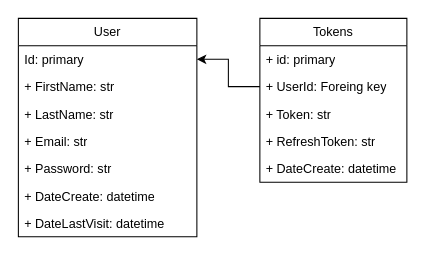
Above: docs/Диаграмма без названия.drawio in maestro089/AuthService (draw.io), before the change. Source tidied: cells renumbered, new cells numbered last; positions are measured from the earlier drawing's top-left corner, leaving out a move shared by most shapes. Both pictures are drawn from the tidied source at 105%, with x=0, y=0 at pixel (18, 18).
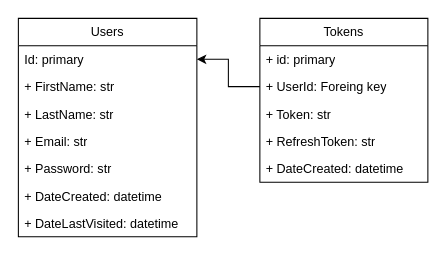
Above is the later version.

What changed in the source:
```diff
@@
 <mxGraphModel>
   <root>
     <mxCell id="0" />
     <mxCell id="1" parent="0" />
-    <mxCell id="2" value="User" style="swimlane;fontStyle=0;horizontal=1;startSize=26;fillColor=none;whiteSpace=wrap;html=1;" parent="1" vertex="1">
+    <mxCell id="2" value="Users" style="swimlane;fontStyle=0;horizontal=1;startSize=26;fillColor=none;whiteSpace=wrap;html=1;" parent="1" vertex="1">
       <mxGeometry width="170" height="208" as="geometry" />
     </mxCell>
     <mxCell id="3" value="Id: primary" style="text;strokeColor=none;fillColor=none;align=left;verticalAlign=top;spacingLeft=4;spacingRight=4;overflow=hidden;points=[[0,0.5],[1,0.5]];portConstraint=eastwest;whiteSpace=wrap;html=1;" parent="2" vertex="1">
       <mxGeometry y="26" width="170" height="26" as="geometry" />
     </mxCell>
     <mxCell id="4" value="+ FirstName: str" style="text;strokeColor=none;fillColor=none;align=left;verticalAlign=top;spacingLeft=4;spacingRight=4;overflow=hidden;whiteSpace=wrap;html=1;" parent="2" vertex="1">
       <mxGeometry y="52" width="170" height="26" as="geometry" />
     </mxCell>
     <mxCell id="5" value="+ LastName: str" style="text;strokeColor=none;fillColor=none;align=left;verticalAlign=top;spacingLeft=4;spacingRight=4;overflow=hidden;whiteSpace=wrap;html=1;" parent="2" vertex="1">
       <mxGeometry y="78" width="170" height="26" as="geometry" />
     </mxCell>
     <mxCell id="6" value="+ Email: str" style="text;strokeColor=none;fillColor=none;align=left;verticalAlign=top;spacingLeft=4;spacingRight=4;overflow=hidden;whiteSpace=wrap;html=1;" parent="2" vertex="1">
       <mxGeometry y="104" width="170" height="26" as="geometry" />
     </mxCell>
     <mxCell id="7" value="+ Password: str" style="text;strokeColor=none;fillColor=none;align=left;verticalAlign=top;spacingLeft=4;spacingRight=4;overflow=hidden;whiteSpace=wrap;html=1;" parent="2" vertex="1">
       <mxGeometry y="130" width="170" height="26" as="geometry" />
     </mxCell>
-    <mxCell id="8" value="+ DateCreate: datetime" style="text;strokeColor=none;fillColor=none;align=left;verticalAlign=top;spacingLeft=4;spacingRight=4;overflow=hidden;whiteSpace=wrap;html=1;" parent="2" vertex="1">
+    <mxCell id="8" value="+ DateCreated: datetime" style="text;strokeColor=none;fillColor=none;align=left;verticalAlign=top;spacingLeft=4;spacingRight=4;overflow=hidden;whiteSpace=wrap;html=1;" parent="2" vertex="1">
       <mxGeometry y="156" width="170" height="26" as="geometry" />
     </mxCell>
-    <mxCell id="9" value="+ DateLastVisit: datetime" style="text;strokeColor=none;fillColor=none;align=left;verticalAlign=top;spacingLeft=4;spacingRight=4;overflow=hidden;whiteSpace=wrap;html=1;" parent="2" vertex="1">
+    <mxCell id="9" value="+ DateLastVisited: datetime" style="text;strokeColor=none;fillColor=none;align=left;verticalAlign=top;spacingLeft=4;spacingRight=4;overflow=hidden;whiteSpace=wrap;html=1;" parent="2" vertex="1">
       <mxGeometry y="182" width="170" height="26" as="geometry" />
     </mxCell>
     <mxCell id="10" value="Tokens" style="swimlane;fontStyle=0;horizontal=1;startSize=26;fillColor=none;whiteSpace=wrap;html=1;" parent="1" vertex="1">
-      <mxGeometry x="230" width="140" height="156" as="geometry" />
+      <mxGeometry x="230" width="160" height="156" as="geometry" />
     </mxCell>
     <mxCell id="11" value="+ id: primary" style="text;strokeColor=none;fillColor=none;align=left;verticalAlign=top;spacingLeft=4;spacingRight=4;overflow=hidden;whiteSpace=wrap;html=1;" parent="10" vertex="1">
-      <mxGeometry y="26" width="140" height="26" as="geometry" />
+      <mxGeometry y="26" width="160" height="26" as="geometry" />
     </mxCell>
     <mxCell id="12" value="+ UserId: Foreing key" style="text;strokeColor=none;fillColor=none;align=left;verticalAlign=top;spacingLeft=4;spacingRight=4;overflow=hidden;points=[[0,0.5],[1,0.5]];portConstraint=eastwest;whiteSpace=wrap;html=1;" parent="10" vertex="1">
-      <mxGeometry y="52" width="140" height="26" as="geometry" />
+      <mxGeometry y="52" width="160" height="26" as="geometry" />
     </mxCell>
     <mxCell id="13" value="+ Token: str" style="text;strokeColor=none;fillColor=none;align=left;verticalAlign=top;spacingLeft=4;spacingRight=4;overflow=hidden;whiteSpace=wrap;html=1;" parent="10" vertex="1">
-      <mxGeometry y="78" width="140" height="26" as="geometry" />
+      <mxGeometry y="78" width="160" height="26" as="geometry" />
     </mxCell>
     <mxCell id="14" value="+ RefreshToken: str" style="text;strokeColor=none;fillColor=none;align=left;verticalAlign=top;spacingLeft=4;spacingRight=4;overflow=hidden;whiteSpace=wrap;html=1;" parent="10" vertex="1">
-      <mxGeometry y="104" width="140" height="26" as="geometry" />
+      <mxGeometry y="104" width="160" height="26" as="geometry" />
     </mxCell>
-    <mxCell id="15" value="+ DateCreate: datetime" style="text;strokeColor=none;fillColor=none;align=left;verticalAlign=top;spacingLeft=4;spacingRight=4;overflow=hidden;whiteSpace=wrap;html=1;" parent="10" vertex="1">
-      <mxGeometry y="130" width="140" height="26" as="geometry" />
+    <mxCell id="15" value="+ DateCreated: datetime" style="text;strokeColor=none;fillColor=none;align=left;verticalAlign=top;spacingLeft=4;spacingRight=4;overflow=hidden;whiteSpace=wrap;html=1;" parent="10" vertex="1">
+      <mxGeometry y="130" width="160" height="26" as="geometry" />
     </mxCell>
     <mxCell id="16" style="edgeStyle=orthogonalEdgeStyle;rounded=0;jettySize=auto;html=1;exitX=0;exitY=0.5;exitDx=0;exitDy=0;entryX=1;entryY=0.5;entryDx=0;entryDy=0;" parent="1" edge="1" source="12" target="3">
       <mxGeometry relative="1" as="geometry" />
     </mxCell>
   </root>
 </mxGraphModel>
```
